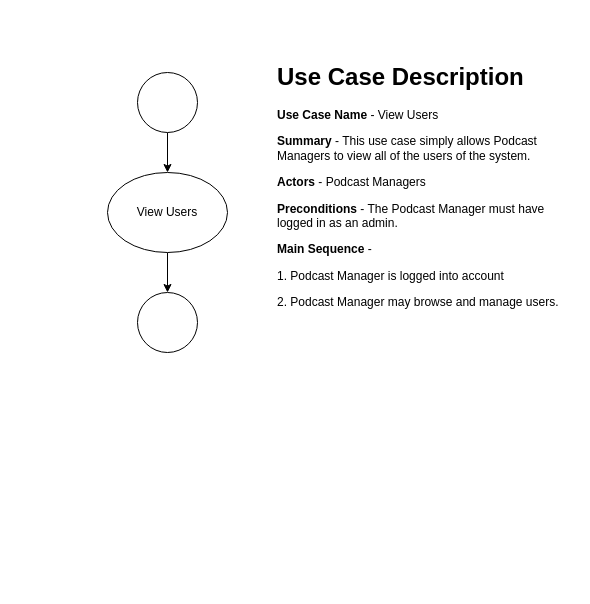
Before: view_users_activity.drawio in Glizzus/COMP-3700, a draw.io diagram. Source tidied: cells renumbered, new cells numbered last; positions are measured from the earlier drawing's top-left corner, leaving out a move shared by most shapes. Both pictures are drawn from the tidied source at 100%, with x=0, y=0 at pixel (107, 57).
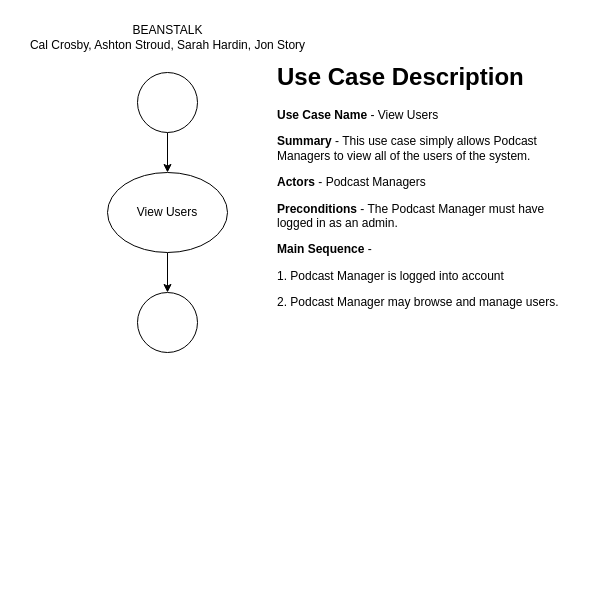
Above is the later version.

Diff of the diagram source:
```diff
@@
 <mxGraphModel>
   <root>
     <mxCell id="0" />
     <mxCell id="1" parent="0" />
     <mxCell id="2" style="edgeStyle=orthogonalEdgeStyle;rounded=0;jettySize=auto;html=1;entryX=0.5;entryY=0;entryDx=0;entryDy=0;" parent="1" edge="1" source="3" target="5">
       <mxGeometry relative="1" as="geometry" />
     </mxCell>
     <mxCell id="3" style="ellipse;whiteSpace=wrap;html=1;" parent="1" vertex="1">
       <mxGeometry x="30" y="15" width="60" height="60" as="geometry" />
     </mxCell>
     <mxCell id="4" style="edgeStyle=orthogonalEdgeStyle;rounded=0;jettySize=auto;html=1;entryX=0.5;entryY=0;entryDx=0;entryDy=0;" parent="1" edge="1" source="5" target="7">
       <mxGeometry relative="1" as="geometry" />
     </mxCell>
     <mxCell id="5" value="View Users" style="ellipse;whiteSpace=wrap;html=1;" parent="1" vertex="1">
       <mxGeometry y="115" width="120" height="80" as="geometry" />
     </mxCell>
     <mxCell id="6" value="&lt;h1&gt;Use Case Description&lt;/h1&gt;&lt;p&gt;&lt;b&gt;Use Case Name&amp;nbsp;&lt;/b&gt;- View Users&lt;/p&gt;&lt;p&gt;&lt;b&gt;Summary&amp;nbsp;&lt;/b&gt;- This use case simply allows Podcast Managers to view all of the users of the system.&lt;/p&gt;&lt;p&gt;&lt;b&gt;Actors&lt;/b&gt; - Podcast Managers&lt;/p&gt;&lt;p&gt;&lt;b&gt;Preconditions&lt;/b&gt; - The Podcast Manager must have logged in as an admin.&lt;/p&gt;&lt;p&gt;&lt;b&gt;Main Sequence&lt;/b&gt; -&amp;nbsp;&lt;/p&gt;&lt;p&gt;1. Podcast Manager is logged into account&lt;/p&gt;&lt;p&gt;2. Podcast Manager may browse and manage users.&lt;/p&gt;&lt;p&gt;&lt;br&gt;&lt;/p&gt;" style="text;html=1;strokeColor=none;fillColor=none;spacing=5;spacingTop=-20;whiteSpace=wrap;overflow=hidden;rounded=0;" parent="1" vertex="1">
       <mxGeometry x="165" width="300" height="530" as="geometry" />
     </mxCell>
     <mxCell id="7" style="ellipse;whiteSpace=wrap;html=1;" parent="1" vertex="1">
       <mxGeometry x="30" y="235" width="60" height="60" as="geometry" />
     </mxCell>
+    <mxCell id="8" value="BEANSTALK&lt;br&gt;Cal Crosby, Ashton Stroud, Sarah Hardin, Jon Story" style="text;html=1;align=center;verticalAlign=middle;strokeColor=none;fillColor=none;" parent="1" vertex="1">
+      <mxGeometry x="-90" y="-40" width="300" height="40" as="geometry" />
+    </mxCell>
   </root>
 </mxGraphModel>
```
